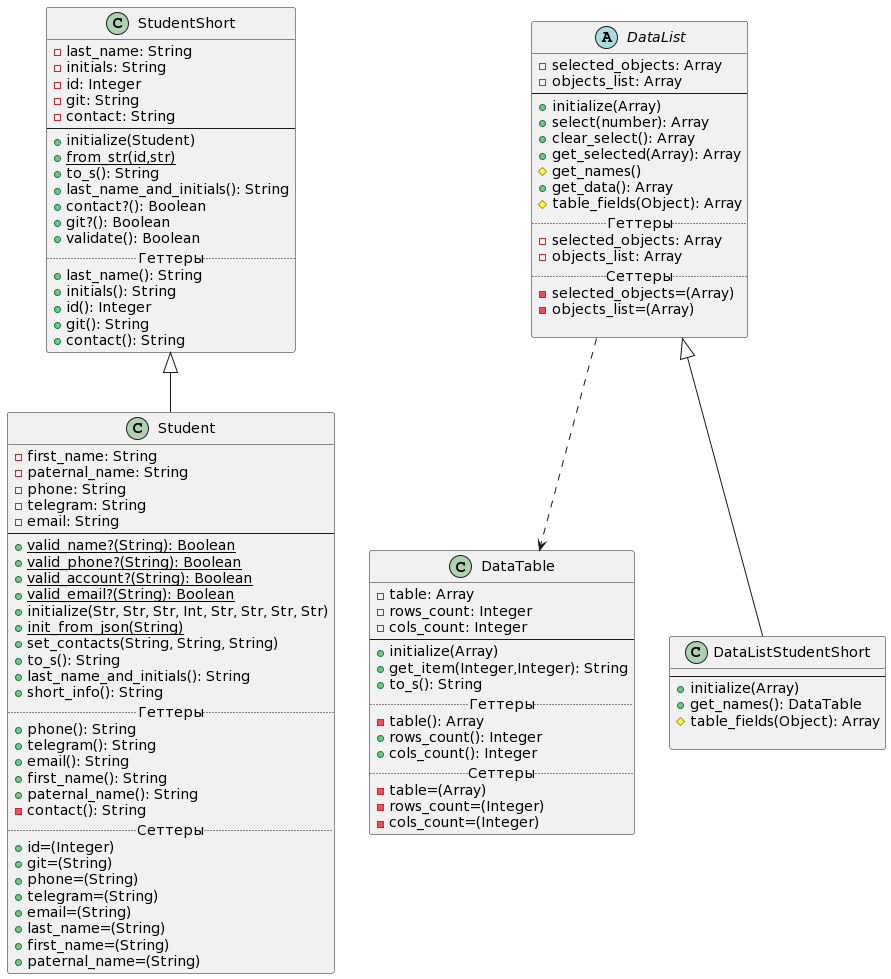
Earlier version of the PlantUML export Diagrams/class_diagram_lab2.png (waasabi13/ruby_labs).
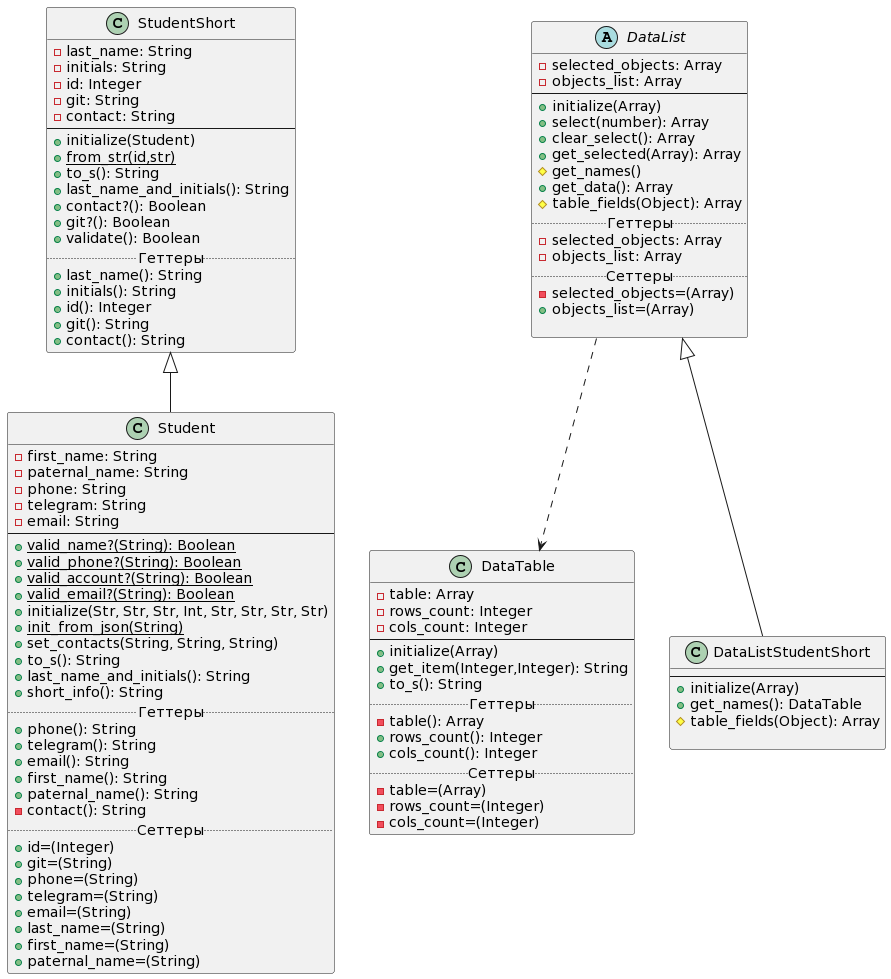
Above is the later version.

Commit message:
добавлен публичный сеттер object_list для data_list

Diff of the diagram source:
```diff
@@ -75,7 +75,7 @@
     -objects_list: Array
     ..Сеттеры..
     -selected_objects=(Array)
-    -objects_list=(Array)
+    +objects_list=(Array)
 
 }
 class DataTable
```
